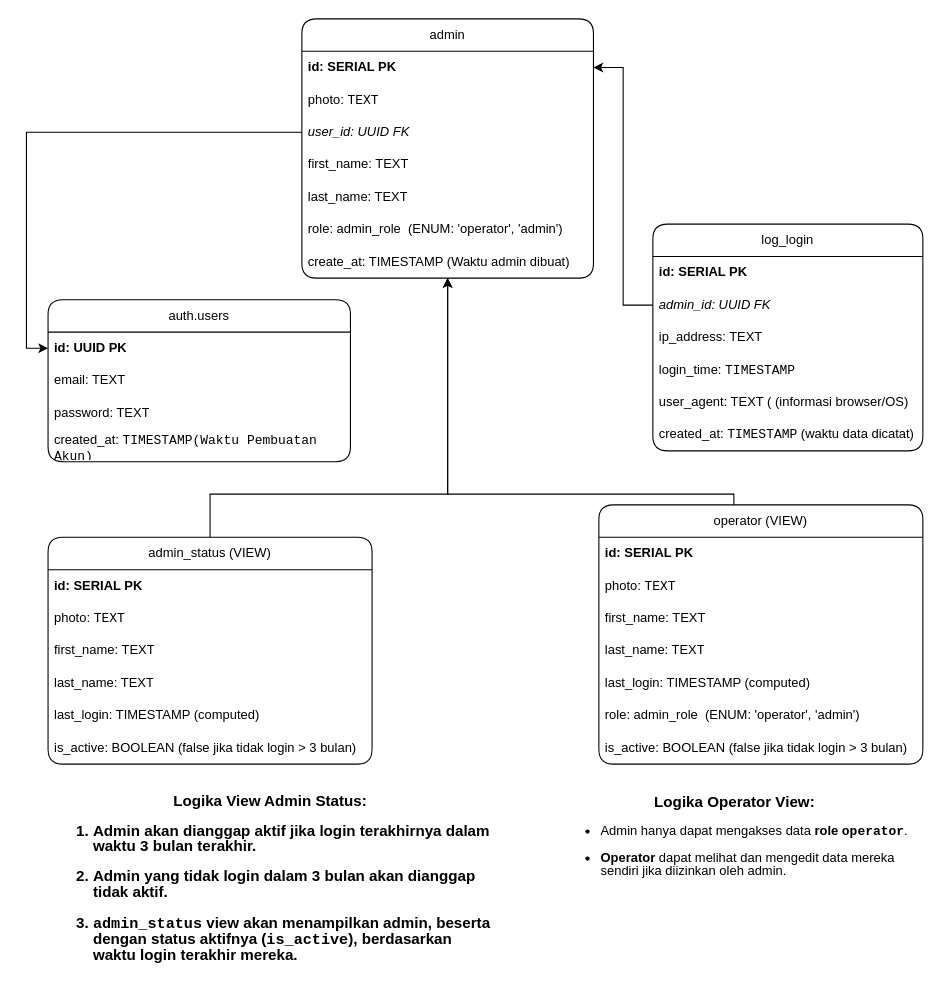
Earlier version of the draw.io diagram page "ERD LOGIN" (1 of 4) of dba/Logika Login.drawio (BhinnekaDev/DATABASE-LOKAL-GEOFISIKA-DATABASE). Source tidied: cells renumbered, new cells numbered last; positions are measured from the earlier drawing's top-left corner, leaving out a move shared by most shapes. Both pictures are drawn from the tidied source at 108%, with x=0, y=0 at pixel (48, 18).
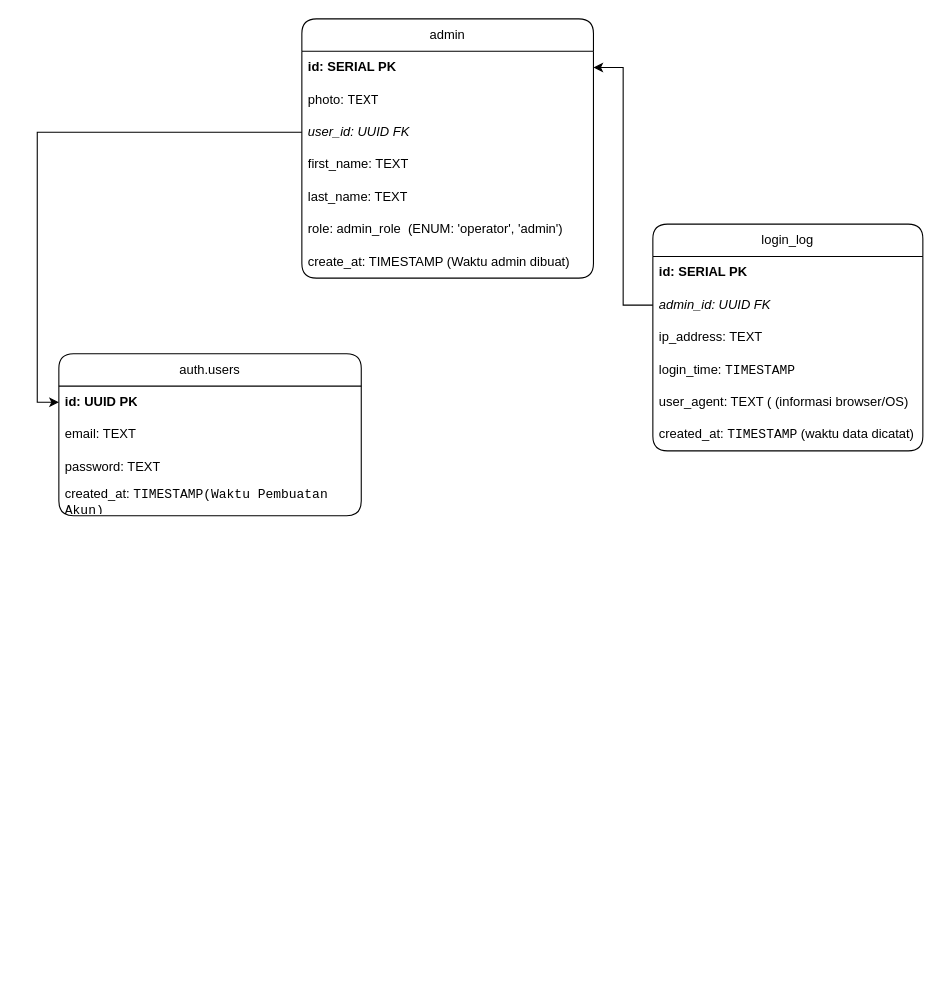
After the change.

Commit message (it also covers changes not shown here):
feat: menambahkan dba crud admin dan operator

The change refers to these unchanged cells:
```xml
<mxCell id="2" value="admin" style="swimlane;fontStyle=0;horizontal=1;startSize=30;whiteSpace=wrap;html=1;labelBackgroundColor=none;rounded=1;" parent="1" vertex="1">
  <mxGeometry x="235" width="270" height="240" as="geometry" />
</mxCell>
```

Diff of the diagram source:
```diff
@@
     <mxCell id="10" value="auth.users" style="swimlane;fontStyle=0;horizontal=1;startSize=30;whiteSpace=wrap;html=1;labelBackgroundColor=none;rounded=1;" parent="1" vertex="1">
-      <mxGeometry y="260" width="280" height="150" as="geometry" />
+      <mxGeometry x="10" y="310" width="280" height="150" as="geometry" />
     </mxCell>
@@
-    <mxCell id="15" value="log_login" style="swimlane;fontStyle=0;horizontal=1;startSize=30;whiteSpace=wrap;html=1;labelBackgroundColor=none;rounded=1;" parent="1" vertex="1">
+    <mxCell id="15" value="login_log" style="swimlane;fontStyle=0;horizontal=1;startSize=30;whiteSpace=wrap;html=1;labelBackgroundColor=none;rounded=1;" parent="1" vertex="1">
       <mxGeometry x="560" y="190" width="250" height="210" as="geometry" />
     </mxCell>
@@
-    <mxCell id="22" style="edgeStyle=orthogonalEdgeStyle;rounded=0;jettySize=auto;html=1;exitX=0.5;exitY=0;exitDx=0;exitDy=0;" parent="1" edge="1" source="23" target="2">
-      <mxGeometry relative="1" as="geometry">
-        <Array as="points">
-          <mxPoint x="150" y="440" />
-          <mxPoint x="370" y="440" />
-        </Array>
-      </mxGeometry>
-    </mxCell>
-    <mxCell id="23" value="admin_status (VIEW)" style="swimlane;fontStyle=0;horizontal=1;startSize=30;whiteSpace=wrap;html=1;labelBackgroundColor=none;rounded=1;" parent="1" vertex="1">
-      <mxGeometry y="480" width="300" height="210" as="geometry" />
-    </mxCell>
-    <mxCell id="24" value="&lt;b&gt;id:&amp;nbsp;SERIAL PK&lt;/b&gt;" style="text;strokeColor=none;fillColor=none;align=left;verticalAlign=middle;spacingLeft=4;spacingRight=4;overflow=hidden;whiteSpace=wrap;html=1;labelBackgroundColor=none;rounded=1;" parent="23" vertex="1">
-      <mxGeometry y="30" width="300" height="30" as="geometry" />
-    </mxCell>
-    <mxCell id="25" value="photo:&amp;nbsp;&lt;code&gt;TEXT&lt;/code&gt;" style="text;strokeColor=none;fillColor=none;align=left;verticalAlign=middle;spacingLeft=4;spacingRight=4;overflow=hidden;whiteSpace=wrap;html=1;labelBackgroundColor=none;rounded=1;" parent="23" vertex="1">
-      <mxGeometry y="60" width="300" height="30" as="geometry" />
-    </mxCell>
-    <mxCell id="26" value="first_name: TEXT" style="text;strokeColor=none;fillColor=none;align=left;verticalAlign=middle;spacingLeft=4;spacingRight=4;overflow=hidden;whiteSpace=wrap;html=1;labelBackgroundColor=none;rounded=1;" parent="23" vertex="1">
-      <mxGeometry y="90" width="300" height="30" as="geometry" />
-    </mxCell>
-    <mxCell id="27" value="last_name: TEXT" style="text;strokeColor=none;fillColor=none;align=left;verticalAlign=middle;spacingLeft=4;spacingRight=4;overflow=hidden;whiteSpace=wrap;html=1;labelBackgroundColor=none;rounded=1;" parent="23" vertex="1">
-      <mxGeometry y="120" width="300" height="30" as="geometry" />
-    </mxCell>
-    <mxCell id="28" value="last_login: TIMESTAMP (computed)" style="text;strokeColor=none;fillColor=none;align=left;verticalAlign=middle;spacingLeft=4;spacingRight=4;overflow=hidden;whiteSpace=wrap;html=1;labelBackgroundColor=none;rounded=1;" parent="23" vertex="1">
-      <mxGeometry y="150" width="300" height="30" as="geometry" />
-    </mxCell>
-    <mxCell id="29" value="is_active:&amp;nbsp;BOOLEAN (false jika tidak login &amp;gt; 3 bulan)" style="text;strokeColor=none;fillColor=none;align=left;verticalAlign=middle;spacingLeft=4;spacingRight=4;overflow=hidden;whiteSpace=wrap;html=1;labelBackgroundColor=none;rounded=1;" parent="23" vertex="1">
-      <mxGeometry y="180" width="300" height="30" as="geometry" />
-    </mxCell>
-    <mxCell id="30" style="edgeStyle=orthogonalEdgeStyle;rounded=0;jettySize=auto;html=1;" parent="1" edge="1" source="31" target="2">
-      <mxGeometry relative="1" as="geometry">
-        <Array as="points">
-          <mxPoint x="635" y="440" />
-          <mxPoint x="370" y="440" />
-        </Array>
-      </mxGeometry>
-    </mxCell>
-    <mxCell id="31" value="operator (VIEW)" style="swimlane;fontStyle=0;horizontal=1;startSize=30;whiteSpace=wrap;html=1;labelBackgroundColor=none;rounded=1;" parent="1" vertex="1">
-      <mxGeometry x="510" y="450" width="300" height="240" as="geometry" />
-    </mxCell>
-    <mxCell id="32" value="&lt;b&gt;id:&amp;nbsp;SERIAL PK&lt;/b&gt;" style="text;strokeColor=none;fillColor=none;align=left;verticalAlign=middle;spacingLeft=4;spacingRight=4;overflow=hidden;whiteSpace=wrap;html=1;labelBackgroundColor=none;rounded=1;" parent="31" vertex="1">
-      <mxGeometry y="30" width="300" height="30" as="geometry" />
-    </mxCell>
-    <mxCell id="33" value="photo:&amp;nbsp;&lt;code&gt;TEXT&lt;/code&gt;" style="text;strokeColor=none;fillColor=none;align=left;verticalAlign=middle;spacingLeft=4;spacingRight=4;overflow=hidden;whiteSpace=wrap;html=1;labelBackgroundColor=none;rounded=1;" parent="31" vertex="1">
-      <mxGeometry y="60" width="300" height="30" as="geometry" />
-    </mxCell>
-    <mxCell id="34" value="first_name: TEXT" style="text;strokeColor=none;fillColor=none;align=left;verticalAlign=middle;spacingLeft=4;spacingRight=4;overflow=hidden;whiteSpace=wrap;html=1;labelBackgroundColor=none;rounded=1;" parent="31" vertex="1">
-      <mxGeometry y="90" width="300" height="30" as="geometry" />
-    </mxCell>
-    <mxCell id="35" value="last_name: TEXT" style="text;strokeColor=none;fillColor=none;align=left;verticalAlign=middle;spacingLeft=4;spacingRight=4;overflow=hidden;whiteSpace=wrap;html=1;labelBackgroundColor=none;rounded=1;" parent="31" vertex="1">
-      <mxGeometry y="120" width="300" height="30" as="geometry" />
-    </mxCell>
-    <mxCell id="36" value="last_login: TIMESTAMP (computed)" style="text;strokeColor=none;fillColor=none;align=left;verticalAlign=middle;spacingLeft=4;spacingRight=4;overflow=hidden;whiteSpace=wrap;html=1;labelBackgroundColor=none;rounded=1;" parent="31" vertex="1">
-      <mxGeometry y="150" width="300" height="30" as="geometry" />
-    </mxCell>
-    <mxCell id="37" value="role: admin_role&amp;nbsp; (ENUM: 'operator', 'admin')" style="text;strokeColor=none;fillColor=none;align=left;verticalAlign=middle;spacingLeft=4;spacingRight=4;overflow=hidden;whiteSpace=wrap;html=1;labelBackgroundColor=none;rounded=1;" parent="31" vertex="1">
-      <mxGeometry y="180" width="300" height="30" as="geometry" />
-    </mxCell>
-    <mxCell id="38" value="is_active:&amp;nbsp;BOOLEAN (false jika tidak login &amp;gt; 3 bulan)" style="text;strokeColor=none;fillColor=none;align=left;verticalAlign=middle;spacingLeft=4;spacingRight=4;overflow=hidden;whiteSpace=wrap;html=1;labelBackgroundColor=none;rounded=1;" parent="31" vertex="1">
-      <mxGeometry y="210" width="300" height="30" as="geometry" />
-    </mxCell>
-    <mxCell id="39" value="&lt;div style=&quot;line-height: 100%;&quot;&gt;&lt;h3 style=&quot;text-align: center; line-height: 100%;&quot; class=&quot;&quot;&gt;&lt;strong&gt;Logika Operator View&lt;/strong&gt;:&lt;/h3&gt;&lt;ul&gt;&lt;li class=&quot;&quot;&gt;&lt;p class=&quot;&quot;&gt;Admin hanya dapat mengakses data &lt;strong&gt;role &lt;code&gt;operator&lt;/code&gt;&lt;/strong&gt;.&lt;/p&gt;&lt;/li&gt;&lt;li class=&quot;&quot;&gt;&lt;p class=&quot;&quot;&gt;&lt;strong&gt;Operator&lt;/strong&gt; dapat melihat dan mengedit data mereka sendiri jika diizinkan oleh admin.&lt;/p&gt;&lt;/li&gt;&lt;/ul&gt;&lt;/div&gt;" style="text;html=1;align=left;verticalAlign=middle;whiteSpace=wrap;rounded=0;" parent="1" vertex="1">
-      <mxGeometry x="470" y="710" width="330" height="90" as="geometry" />
-    </mxCell>
@@
-    <mxCell id="42" value="&lt;div style=&quot;line-height: 100%;&quot;&gt;&lt;h3 style=&quot;text-align: center; line-height: 100%;&quot; class=&quot;&quot;&gt;&lt;strong&gt;Logika View Admin Status:&lt;/strong&gt;&lt;/h3&gt;&lt;h3 style=&quot;line-height: 100%;&quot; class=&quot;&quot;&gt;&lt;ol&gt;&lt;li class=&quot;&quot;&gt;&lt;p class=&quot;&quot;&gt;&lt;strong&gt;Admin&lt;/strong&gt; akan dianggap aktif jika login terakhirnya dalam waktu 3 bulan terakhir.&lt;/p&gt;&lt;/li&gt;&lt;li class=&quot;&quot;&gt;&lt;p class=&quot;&quot;&gt;Admin yang tidak login dalam 3 bulan akan dianggap &lt;strong&gt;tidak aktif&lt;/strong&gt;.&lt;/p&gt;&lt;/li&gt;&lt;li class=&quot;&quot;&gt;&lt;p class=&quot;&quot;&gt;&lt;strong&gt;&lt;code&gt;admin_status&lt;/code&gt;&lt;/strong&gt; view akan menampilkan &lt;strong&gt;admin&lt;/strong&gt;, beserta dengan status aktifnya (&lt;code&gt;is_active&lt;/code&gt;), berdasarkan waktu login terakhir mereka.&lt;/p&gt;&lt;/li&gt;&lt;/ol&gt;&lt;/h3&gt;&lt;/div&gt;" style="text;html=1;align=left;verticalAlign=middle;whiteSpace=wrap;rounded=0;" parent="1" vertex="1">
-      <mxGeometry y="710" width="410" height="170" as="geometry" />
-    </mxCell>
```
